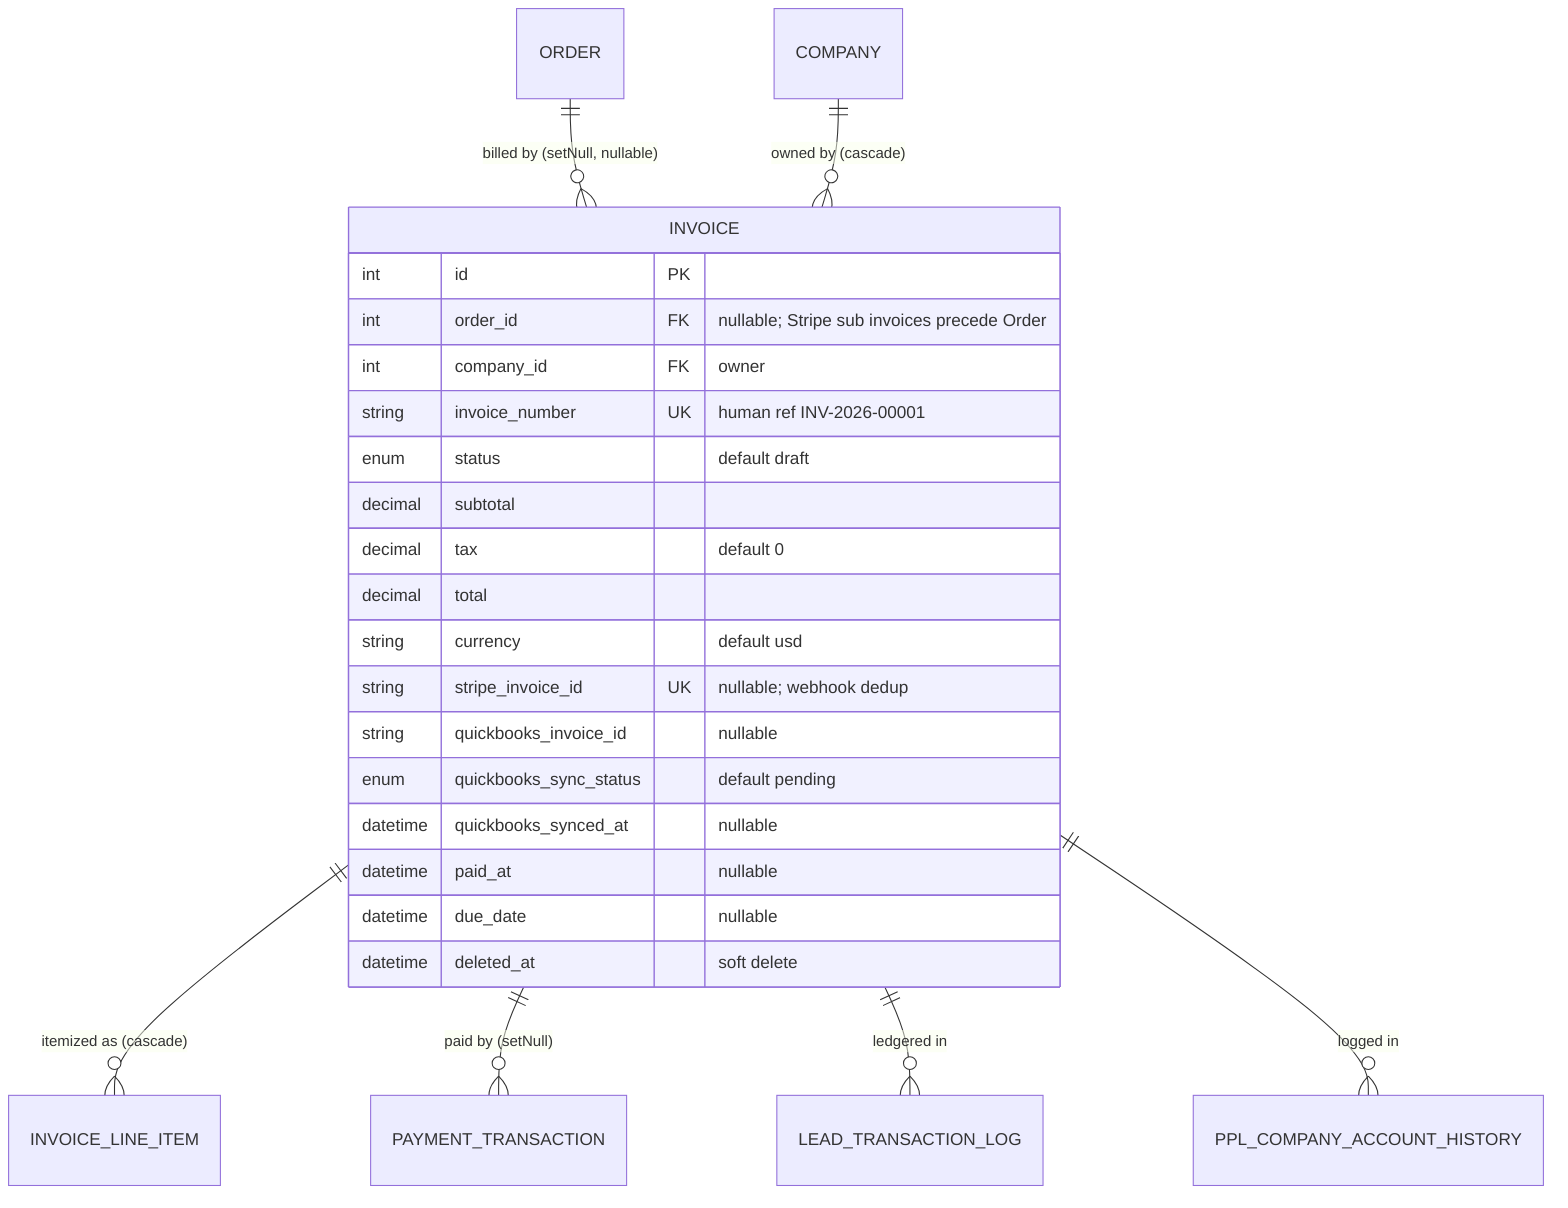
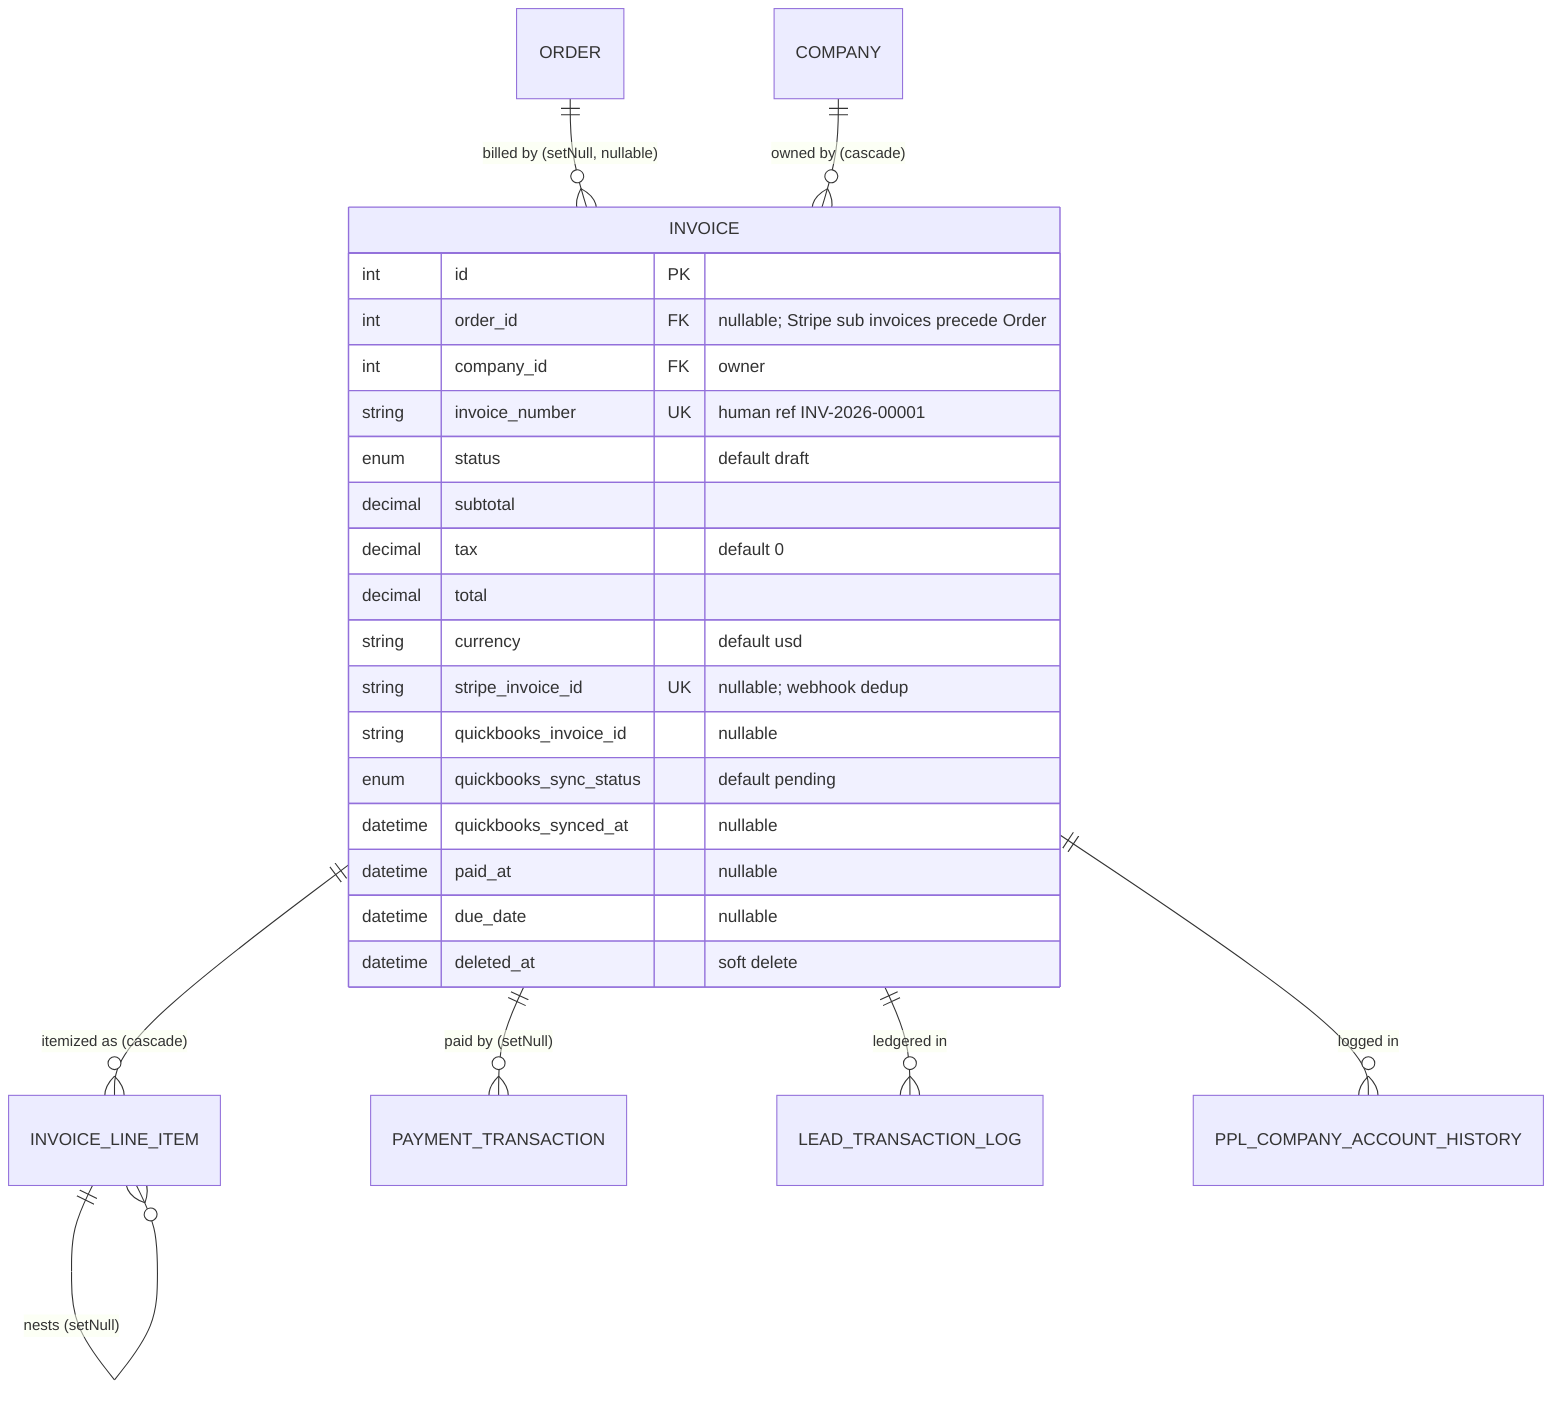
erDiagram
    ORDER                ||--o{ INVOICE : "billed by (setNull, nullable)"
    COMPANY              ||--o{ INVOICE : "owned by (cascade)"
    INVOICE              ||--o{ INVOICE_LINE_ITEM : "itemized as (cascade)"
+     INVOICE_LINE_ITEM    ||--o{ INVOICE_LINE_ITEM : "nests (setNull)"
    INVOICE              ||--o{ PAYMENT_TRANSACTION : "paid by (setNull)"
    INVOICE              ||--o{ LEAD_TRANSACTION_LOG : "ledgered in"
    INVOICE              ||--o{ PPL_COMPANY_ACCOUNT_HISTORY : "logged in"

    INVOICE {
        int id PK
        int order_id FK "nullable; Stripe sub invoices precede Order"
        int company_id FK "owner"
        string invoice_number UK "human ref INV-2026-00001"
        enum status "default draft"
        decimal subtotal
        decimal tax "default 0"
        decimal total
        string currency "default usd"
        string stripe_invoice_id UK "nullable; webhook dedup"
        string quickbooks_invoice_id "nullable"
        enum quickbooks_sync_status "default pending"
        datetime quickbooks_synced_at "nullable"
        datetime paid_at "nullable"
        datetime due_date "nullable"
        datetime deleted_at "soft delete"
    }
